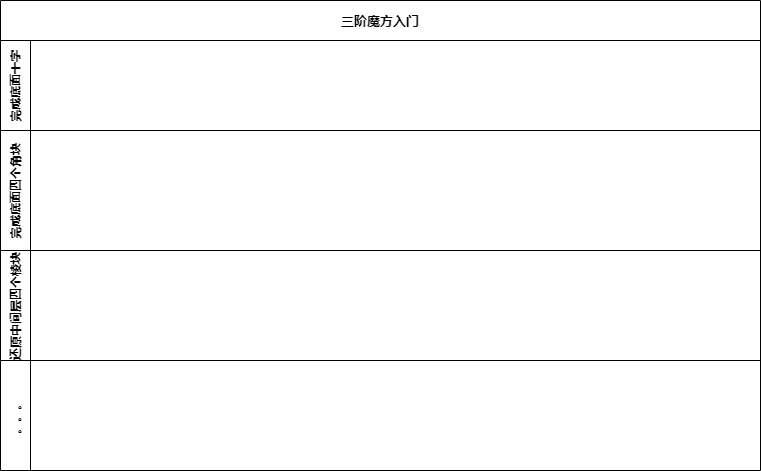
Sogrey/MagicCube keeps this draw.io diagram as MagicCube-secret-book.drawio.png. Above is the earlier version. Source tidied: cells renumbered, new cells last; positions are measured from the earlier drawing's top-left corner, leaving out a move shared by most shapes.
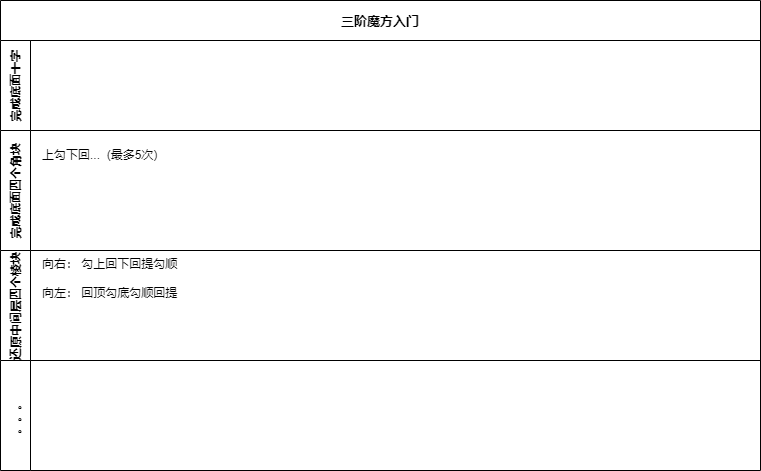
After the change.

The edit, as a diff of the source:
```diff
@@ -11,9 +11,15 @@
     <mxCell id="4" value="完成底面四个角块" style="swimlane;startSize=30;horizontal=0;" parent="2" vertex="1">
       <mxGeometry y="130" width="760" height="120" as="geometry" />
     </mxCell>
+    <mxCell id="7" value="上勾下回...&amp;nbsp; (最多5次)" style="text;html=1;strokeColor=none;fillColor=none;align=left;verticalAlign=middle;whiteSpace=wrap;rounded=0;" parent="4" vertex="1">
+      <mxGeometry x="40" y="10" width="200" height="30" as="geometry" />
+    </mxCell>
     <mxCell id="5" value="还原中间层四个棱块" style="swimlane;startSize=30;horizontal=0;" parent="2" vertex="1">
       <mxGeometry y="250" width="760" height="110" as="geometry" />
     </mxCell>
+    <mxCell id="8" value="&lt;div&gt;&amp;nbsp; &amp;nbsp;向右： 勾上回下回提勾顺&lt;/div&gt;&lt;div&gt;&lt;br&gt;&lt;/div&gt;&lt;div&gt;&amp;nbsp; &amp;nbsp;向左： 回顶勾底勾顺回提&lt;/div&gt;&lt;div&gt;&lt;br&gt;&lt;/div&gt;" style="text;html=1;strokeColor=none;fillColor=none;align=left;verticalAlign=top;whiteSpace=wrap;rounded=0;" parent="5" vertex="1">
+      <mxGeometry x="30" width="190" height="60" as="geometry" />
+    </mxCell>
     <mxCell id="6" value="。。。" style="swimlane;startSize=30;horizontal=0;" parent="1" vertex="1">
       <mxGeometry y="360" width="760" height="110" as="geometry" />
     </mxCell>
```
